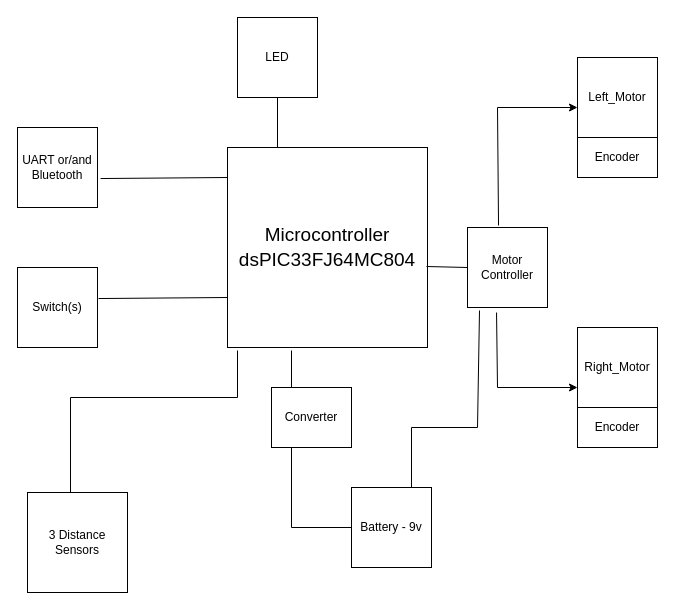
The draw.io diagram draft/block_diagram.drawio in AminSeffo/Micromouse, before the edit. Source tidied: cells renumbered, new cells numbered last; positions are measured from the earlier drawing's top-left corner, leaving out a move shared by most shapes. Both pictures are drawn from the tidied source at 100%, with x=0, y=0 at pixel (17, 17).
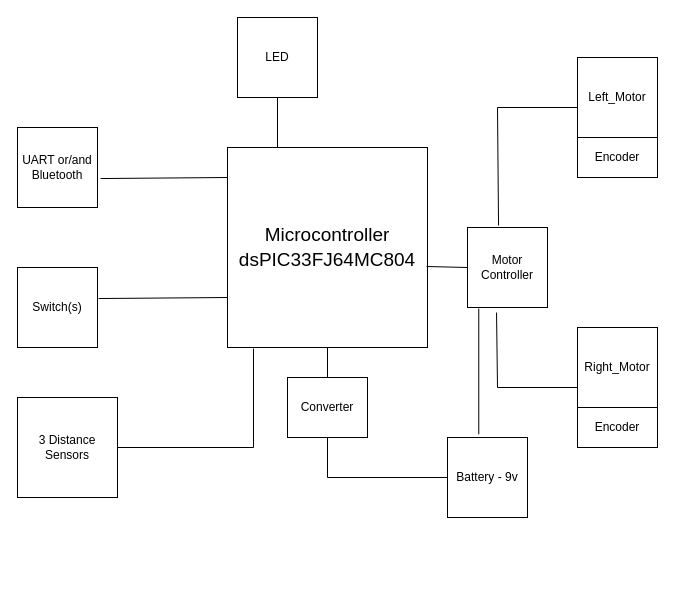
Above is the later version.

Unchanged cells that the change refers to:
```xml
<mxCell id="2" value="&lt;font style=&quot;font-size: 19px;&quot;&gt;Microcontroller&lt;br&gt;dsPIC33FJ64MC804&lt;/font&gt;&lt;span style=&quot;font-size: 20px;&quot;&gt;&lt;br&gt;&lt;/span&gt;" style="whiteSpace=wrap;html=1;" parent="1" vertex="1">
  <mxGeometry x="210" y="130" width="200" height="200" as="geometry" />
</mxCell>
<mxCell id="4" value="Right_Motor" style="whiteSpace=wrap;html=1;" parent="1" vertex="1">
  <mxGeometry x="560" y="310" width="80" height="80" as="geometry" />
</mxCell>
<mxCell id="15" value="&lt;div&gt;Motor &lt;br&gt;&lt;/div&gt;&lt;div&gt;Controller&lt;/div&gt;" style="whiteSpace=wrap;html=1;" parent="1" vertex="1">
  <mxGeometry x="450" y="210" width="80" height="80" as="geometry" />
</mxCell>
```

What changed in the source:
```diff
@@
-    <mxCell id="5" style="endArrow=classic;html=1;rounded=0;exitX=0.388;exitY=-0.025;exitDx=0;exitDy=0;exitPerimeter=0;" parent="1" edge="1" source="15">
+    <mxCell id="5" style="endArrow=none;html=1;rounded=0;exitX=0.388;exitY=-0.025;exitDx=0;exitDy=0;exitPerimeter=0;startArrow=none;startFill=0;endFill=0;" parent="1" edge="1" source="15">
       <mxGeometry relative="1" as="geometry">
         <mxPoint x="560" y="90" as="targetPoint" />
         <Array as="points">
           <mxPoint x="480" y="90" />
         </Array>
       </mxGeometry>
     </mxCell>
-    <mxCell id="6" style="endArrow=classic;html=1;rounded=0;exitX=0.363;exitY=1.063;exitDx=0;exitDy=0;exitPerimeter=0;entryX=0;entryY=0.75;entryDx=0;entryDy=0;" parent="1" edge="1" source="15" target="4">
+    <mxCell id="6" style="endArrow=none;html=1;rounded=0;exitX=0.363;exitY=1.063;exitDx=0;exitDy=0;exitPerimeter=0;entryX=0;entryY=0.75;entryDx=0;entryDy=0;endFill=0;" parent="1" edge="1" source="15" target="4">
       <mxGeometry relative="1" as="geometry">
         <Array as="points">
           <mxPoint x="480" y="370" />
         </Array>
       </mxGeometry>
     </mxCell>
@@
+    <mxCell id="22" style="edgeStyle=orthogonalEdgeStyle;rounded=0;jettySize=auto;html=1;entryX=0.13;entryY=1.005;entryDx=0;entryDy=0;entryPerimeter=0;endArrow=none;endFill=0;" parent="1" edge="1" source="10" target="2">
+      <mxGeometry relative="1" as="geometry" />
+    </mxCell>
     <mxCell id="10" value="3 Distance Sensors" style="whiteSpace=wrap;html=1;" parent="1" vertex="1">
-      <mxGeometry x="10" y="475" width="100" height="100" as="geometry" />
+      <mxGeometry y="380" width="100" height="100" as="geometry" />
     </mxCell>
@@
     <mxCell id="14" value="Battery - 9v" style="whiteSpace=wrap;html=1;" parent="1" vertex="1">
-      <mxGeometry x="334" y="470" width="80" height="80" as="geometry" />
+      <mxGeometry x="430" y="420" width="80" height="80" as="geometry" />
     </mxCell>
+    <mxCell id="24" style="edgeStyle=orthogonalEdgeStyle;rounded=0;jettySize=auto;html=1;entryX=0.391;entryY=-0.041;entryDx=0;entryDy=0;exitX=0.141;exitY=1.013;exitDx=0;exitDy=0;exitPerimeter=0;entryPerimeter=0;startArrow=none;startFill=0;endArrow=none;endFill=0;" parent="1" edge="1" source="15" target="14">
+      <mxGeometry relative="1" as="geometry" />
+    </mxCell>
@@
-    <mxCell id="17" style="endArrow=none;html=1;rounded=0;exitX=0.75;exitY=0;exitDx=0;exitDy=0;entryX=0.15;entryY=1.038;entryDx=0;entryDy=0;entryPerimeter=0;" parent="1" edge="1" source="14" target="15">
-      <mxGeometry relative="1" as="geometry">
-        <Array as="points">
-          <mxPoint x="394" y="410" />
-          <mxPoint x="460" y="410" />
-        </Array>
-      </mxGeometry>
-    </mxCell>
     <mxCell id="18" value="&lt;div&gt;Converter&lt;/div&gt;" style="rounded=0;whiteSpace=wrap;html=1;" parent="1" vertex="1">
-      <mxGeometry x="254" y="370" width="80" height="60" as="geometry" />
+      <mxGeometry x="270" y="360" width="80" height="60" as="geometry" />
     </mxCell>
-    <mxCell id="19" style="endArrow=none;html=1;rounded=0;entryX=0;entryY=0.5;entryDx=0;entryDy=0;exitX=0.25;exitY=1;exitDx=0;exitDy=0;" parent="1" edge="1" source="18" target="14">
+    <mxCell id="19" style="endArrow=none;html=1;rounded=0;entryX=0;entryY=0.5;entryDx=0;entryDy=0;exitX=0.5;exitY=1;exitDx=0;exitDy=0;" parent="1" edge="1" source="18" target="14">
       <mxGeometry relative="1" as="geometry">
         <Array as="points">
-          <mxPoint x="274" y="510" />
+          <mxPoint x="310" y="460" />
         </Array>
       </mxGeometry>
     </mxCell>
-    <mxCell id="20" style="endArrow=none;html=1;rounded=0;entryX=0.32;entryY=1.015;entryDx=0;entryDy=0;entryPerimeter=0;exitX=0.25;exitY=0;exitDx=0;exitDy=0;" parent="1" edge="1" source="18" target="2">
+    <mxCell id="20" style="endArrow=none;html=1;rounded=0;entryX=0.5;entryY=1;entryDx=0;entryDy=0;exitX=0.5;exitY=0;exitDx=0;exitDy=0;" parent="1" edge="1" source="18" target="2">
       <mxGeometry relative="1" as="geometry" />
     </mxCell>
@@
-    <mxCell id="22" style="endArrow=none;html=1;rounded=0;exitX=0.43;exitY=0;exitDx=0;exitDy=0;exitPerimeter=0;entryX=0.05;entryY=1.015;entryDx=0;entryDy=0;entryPerimeter=0;" parent="1" edge="1" source="10" target="2">
-      <mxGeometry relative="1" as="geometry">
-        <Array as="points">
-          <mxPoint x="53" y="380" />
-          <mxPoint x="220" y="380" />
-        </Array>
-      </mxGeometry>
-    </mxCell>
```
